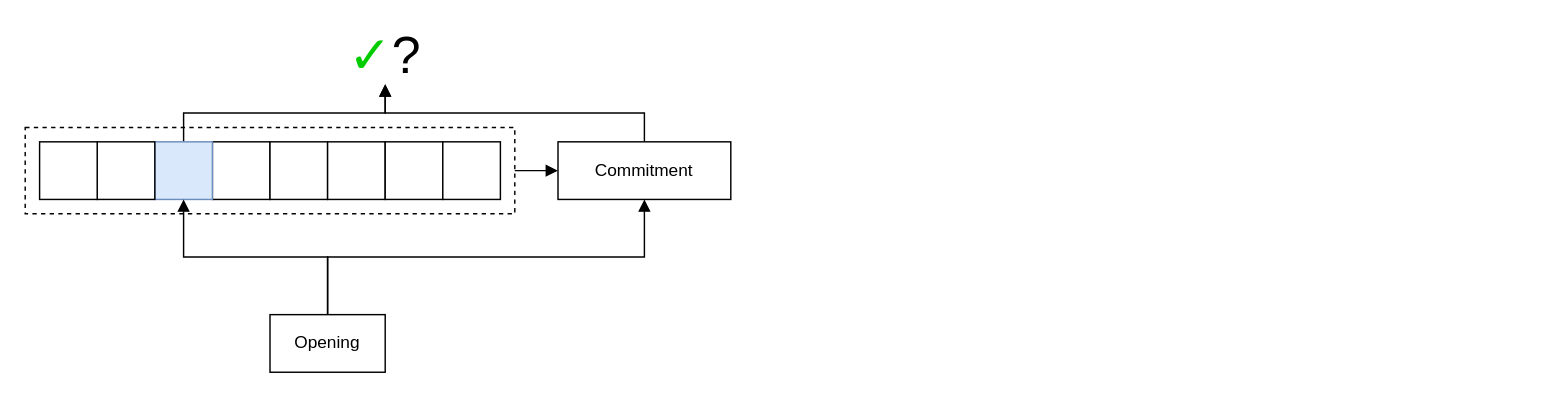
The draw.io diagram confs/ethonline21/opening.drawio in gballet/presentations, before the edit. Source tidied: cells renumbered, new cells numbered last; positions are measured from the earlier drawing's top-left corner, leaving out a move shared by most shapes. Both pictures are drawn from the tidied source at 144%, with x=0, y=0 at pixel (24, 26).
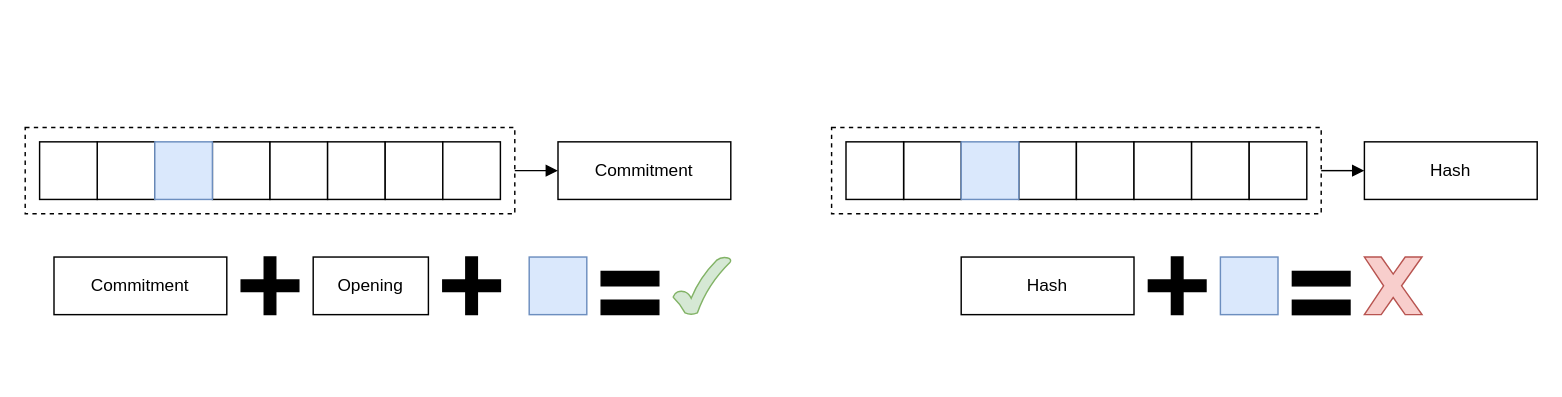
Above is the later version.

Commit message:
new version of the opening diagram

The change refers to these unchanged cells:
```xml
<mxCell id="12" value="Commitment" style="rounded=0;whiteSpace=wrap;html=1;strokeWidth=1;" parent="1" vertex="1">
  <mxGeometry x="370" y="80" width="120" height="40" as="geometry" />
</mxCell>
```

The edit, as a diff of the source:
```diff
@@
+    <mxCell id="18" style="rounded=0;whiteSpace=wrap;html=1;fontSize=36;fontColor=#00CC00;strokeWidth=1;fillColor=none;dashed=1;" parent="1" vertex="1">
+      <mxGeometry y="70" width="340" height="60" as="geometry" />
+    </mxCell>
@@
-    <mxCell id="4" style="edgeStyle=orthogonalEdgeStyle;rounded=0;jettySize=auto;html=1;exitX=0.5;exitY=0;exitDx=0;exitDy=0;entryX=0.5;entryY=1;entryDx=0;entryDy=0;fontSize=36;fontColor=#00CC00;endArrow=block;endFill=1;" parent="1" edge="1" source="5" target="16">
-      <mxGeometry relative="1" as="geometry" />
-    </mxCell>
     <mxCell id="5" style="whiteSpace=wrap;html=1;strokeWidth=1;fillColor=#dae8fc;strokeColor=#6c8ebf;" parent="1" vertex="1">
-      <mxGeometry x="90" y="80" width="40" height="40" as="geometry" />
+      <mxGeometry x="350" y="160" width="40" height="40" as="geometry" />
     </mxCell>
@@
-    <mxCell id="11" style="edgeStyle=orthogonalEdgeStyle;rounded=0;jettySize=auto;html=1;exitX=0.5;exitY=0;exitDx=0;exitDy=0;entryX=0.5;entryY=1;entryDx=0;entryDy=0;fontSize=36;fontColor=#00CC00;endArrow=block;endFill=1;" parent="1" edge="1" source="12" target="16">
-      <mxGeometry relative="1" as="geometry" />
-    </mxCell>
@@
-    <mxCell id="13" style="edgeStyle=orthogonalEdgeStyle;rounded=0;jettySize=auto;html=1;exitX=0.5;exitY=0;exitDx=0;exitDy=0;entryX=0.5;entryY=1;entryDx=0;entryDy=0;endArrow=block;endFill=1;" parent="1" edge="1" source="15" target="12">
-      <mxGeometry relative="1" as="geometry" />
-    </mxCell>
-    <mxCell id="14" style="edgeStyle=orthogonalEdgeStyle;rounded=0;jettySize=auto;html=1;exitX=0.5;exitY=0;exitDx=0;exitDy=0;entryX=0.5;entryY=1;entryDx=0;entryDy=0;endArrow=block;endFill=1;" parent="1" edge="1" source="15" target="5">
-      <mxGeometry relative="1" as="geometry" />
-    </mxCell>
     <mxCell id="15" value="Opening" style="rounded=0;whiteSpace=wrap;html=1;strokeWidth=1;" parent="1" vertex="1">
-      <mxGeometry x="170" y="200" width="80" height="40" as="geometry" />
+      <mxGeometry x="200" y="160" width="80" height="40" as="geometry" />
     </mxCell>
-    <mxCell id="16" value="&lt;font style=&quot;font-size: 36px&quot;&gt;&lt;font style=&quot;font-size: 36px&quot; color=&quot;#00CC00&quot;&gt;✓&lt;/font&gt;? &lt;br&gt;&lt;/font&gt;" style="rounded=0;whiteSpace=wrap;html=1;strokeWidth=1;fillColor=none;strokeColor=none;" parent="1" vertex="1">
-      <mxGeometry x="210" width="80" height="40" as="geometry" />
-    </mxCell>
@@
-    <mxCell id="18" style="rounded=0;whiteSpace=wrap;html=1;fontSize=36;fontColor=#00CC00;strokeWidth=1;fillColor=none;dashed=1;" parent="1" vertex="1">
-      <mxGeometry y="70" width="340" height="60" as="geometry" />
-    </mxCell>
+    <mxCell id="19" value="Commitment" style="rounded=0;whiteSpace=wrap;html=1;strokeWidth=1;" parent="1" vertex="1">
+      <mxGeometry x="20" y="160" width="120" height="40" as="geometry" />
+    </mxCell>
+    <mxCell id="20" style="shape=cross;whiteSpace=wrap;html=1;fillColor=#0;" parent="1" vertex="1">
+      <mxGeometry x="150" y="160" width="40" height="40" as="geometry" />
+    </mxCell>
+    <mxCell id="21" style="shape=cross;whiteSpace=wrap;html=1;fillColor=#000000;" parent="1" vertex="1">
+      <mxGeometry x="290" y="160" width="40" height="40" as="geometry" />
+    </mxCell>
+    <mxCell id="22" style="verticalLabelPosition=bottom;verticalAlign=top;html=1;shape=mxgraph.basic.tick;fillColor=#d5e8d4;strokeColor=#82b366;" parent="1" vertex="1">
+      <mxGeometry x="450" y="160" width="40" height="40" as="geometry" />
+    </mxCell>
+    <mxCell id="23" style="verticalLabelPosition=bottom;verticalAlign=top;html=1;shape=mxgraph.basic.rect;fillColor2=none;strokeWidth=1;size=20;indent=5;strokeColor=#000000;fillColor=#000000;" parent="1" vertex="1">
+      <mxGeometry x="400" y="170" width="40" height="10" as="geometry" />
+    </mxCell>
+    <mxCell id="24" style="verticalLabelPosition=bottom;verticalAlign=top;html=1;shape=mxgraph.basic.rect;fillColor2=none;strokeWidth=1;size=20;indent=5;strokeColor=#000000;fillColor=#000000;" parent="1" vertex="1">
+      <mxGeometry x="400" y="190" width="40" height="10" as="geometry" />
+    </mxCell>
+    <mxCell id="25" style="whiteSpace=wrap;html=1;strokeWidth=1;fillColor=#dae8fc;strokeColor=#6c8ebf;" parent="1" vertex="1">
+      <mxGeometry x="90" y="80" width="40" height="40" as="geometry" />
+    </mxCell>
+    <mxCell id="26" style="rounded=0;whiteSpace=wrap;html=1;fontSize=36;fontColor=#00CC00;strokeWidth=1;fillColor=none;dashed=1;" parent="1" vertex="1">
+      <mxGeometry x="560" y="70" width="340" height="60" as="geometry" />
+    </mxCell>
+    <mxCell id="27" style="whiteSpace=wrap;html=1;strokeWidth=1;" parent="1" vertex="1">
+      <mxGeometry x="690" y="80" width="40" height="40" as="geometry" />
+    </mxCell>
+    <mxCell id="28" style="whiteSpace=wrap;html=1;strokeWidth=1;" parent="1" vertex="1">
+      <mxGeometry x="730" y="80" width="40" height="40" as="geometry" />
+    </mxCell>
+    <mxCell id="29" style="whiteSpace=wrap;html=1;strokeWidth=1;" parent="1" vertex="1">
+      <mxGeometry x="770" y="80" width="40" height="40" as="geometry" />
+    </mxCell>
+    <mxCell id="30" style="whiteSpace=wrap;html=1;strokeWidth=1;" parent="1" vertex="1">
+      <mxGeometry x="810" y="80" width="40" height="40" as="geometry" />
+    </mxCell>
+    <mxCell id="31" style="whiteSpace=wrap;html=1;strokeWidth=1;" parent="1" vertex="1">
+      <mxGeometry x="610" y="80" width="40" height="40" as="geometry" />
+    </mxCell>
+    <mxCell id="32" style="whiteSpace=wrap;html=1;strokeWidth=1;" parent="1" vertex="1">
+      <mxGeometry x="850" y="80" width="40" height="40" as="geometry" />
+    </mxCell>
+    <mxCell id="33" style="whiteSpace=wrap;html=1;strokeWidth=1;" parent="1" vertex="1">
+      <mxGeometry x="570" y="80" width="40" height="40" as="geometry" />
+    </mxCell>
+    <mxCell id="34" value="Hash" style="rounded=0;whiteSpace=wrap;html=1;strokeWidth=1;" parent="1" vertex="1">
+      <mxGeometry x="930" y="80" width="120" height="40" as="geometry" />
+    </mxCell>
+    <mxCell id="35" style="edgeStyle=orthogonalEdgeStyle;rounded=0;jettySize=auto;html=1;exitX=1;exitY=0.5;exitDx=0;exitDy=0;entryX=0;entryY=0.5;entryDx=0;entryDy=0;fontSize=36;fontColor=#00CC00;endArrow=block;endFill=1;" parent="1" edge="1" source="26" target="34">
+      <mxGeometry relative="1" as="geometry" />
+    </mxCell>
+    <mxCell id="36" style="whiteSpace=wrap;html=1;strokeWidth=1;fillColor=#dae8fc;strokeColor=#6c8ebf;" parent="1" vertex="1">
+      <mxGeometry x="650" y="80" width="40" height="40" as="geometry" />
+    </mxCell>
+    <mxCell id="37" value="Hash" style="rounded=0;whiteSpace=wrap;html=1;strokeWidth=1;" parent="1" vertex="1">
+      <mxGeometry x="650" y="160" width="120" height="40" as="geometry" />
+    </mxCell>
+    <mxCell id="38" style="shape=cross;whiteSpace=wrap;html=1;fillColor=#000000;" parent="1" vertex="1">
+      <mxGeometry x="780" y="160" width="40" height="40" as="geometry" />
+    </mxCell>
+    <mxCell id="39" style="whiteSpace=wrap;html=1;strokeWidth=1;fillColor=#dae8fc;strokeColor=#6c8ebf;" parent="1" vertex="1">
+      <mxGeometry x="830" y="160" width="40" height="40" as="geometry" />
+    </mxCell>
+    <mxCell id="40" style="rounded=0;whiteSpace=wrap;html=1;strokeColor=#000000;fillColor=#000000;" parent="1" vertex="1">
+      <mxGeometry x="880" y="170" width="40" height="10" as="geometry" />
+    </mxCell>
+    <mxCell id="41" style="rounded=0;whiteSpace=wrap;html=1;strokeColor=#000000;fillColor=#000000;" parent="1" vertex="1">
+      <mxGeometry x="880" y="190" width="40" height="10" as="geometry" />
+    </mxCell>
+    <mxCell id="42" style="verticalLabelPosition=bottom;verticalAlign=top;html=1;shape=mxgraph.basic.x;strokeColor=#b85450;fillColor=#f8cecc;" parent="1" vertex="1">
+      <mxGeometry x="930" y="160" width="40" height="40" as="geometry" />
+    </mxCell>
```
